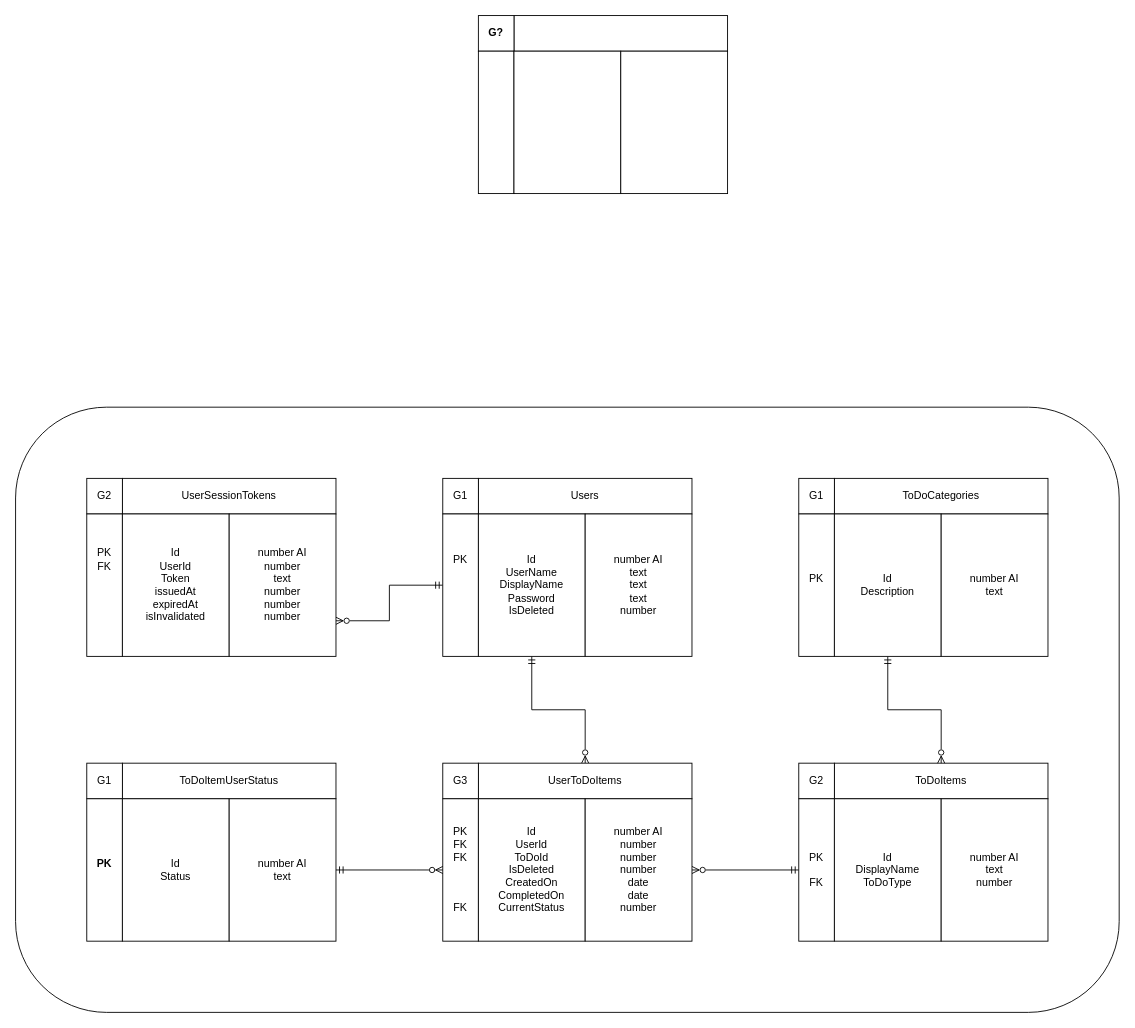
Before: DBDesign.drawio in Manlx/HTTP-API-From-Basic-Principles-, a draw.io diagram. Source tidied: cells renumbered, new cells numbered last; positions are measured from the earlier drawing's top-left corner, leaving out a move shared by most shapes. Both pictures are drawn from the tidied source at 89%, with x=0, y=0 at pixel (15, 15).
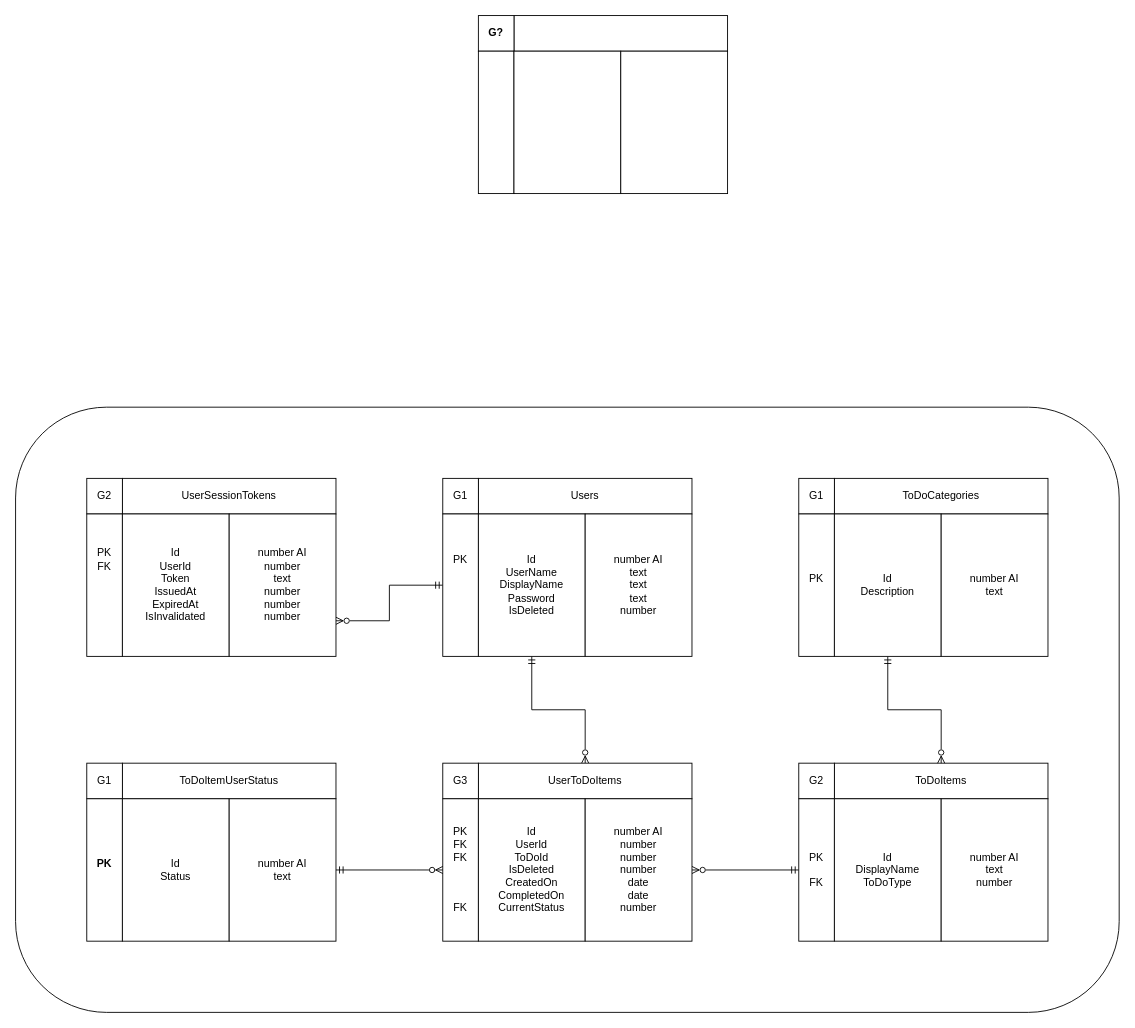
After the change.

Commit message (it also covers changes not shown here):
Fixed naming inconsistency on the DB designs;

Diff of the diagram source:
```diff
@@
-    <mxCell id="41" value="&lt;span style=&quot;font-weight: normal;&quot;&gt;Id&lt;/span&gt;&lt;div&gt;&lt;span style=&quot;font-weight: normal;&quot;&gt;UserId&lt;/span&gt;&lt;/div&gt;&lt;div&gt;&lt;span style=&quot;font-weight: normal;&quot;&gt;Token&lt;/span&gt;&lt;/div&gt;&lt;div&gt;&lt;span style=&quot;font-weight: 400;&quot;&gt;issuedAt&lt;/span&gt;&lt;/div&gt;&lt;div&gt;&lt;span style=&quot;font-weight: 400;&quot;&gt;expiredAt&lt;/span&gt;&lt;/div&gt;&lt;div&gt;&lt;span style=&quot;font-weight: 400;&quot;&gt;isInvalidated&lt;/span&gt;&lt;/div&gt;" style="rounded=0;whiteSpace=wrap;html=1;fontStyle=1;" parent="1" vertex="1">
+    <mxCell id="41" value="&lt;span style=&quot;font-weight: normal;&quot;&gt;Id&lt;/span&gt;&lt;div&gt;&lt;span style=&quot;font-weight: normal;&quot;&gt;UserId&lt;/span&gt;&lt;/div&gt;&lt;div&gt;&lt;span style=&quot;font-weight: normal;&quot;&gt;Token&lt;/span&gt;&lt;/div&gt;&lt;div&gt;&lt;span style=&quot;font-weight: 400;&quot;&gt;IssuedAt&lt;/span&gt;&lt;/div&gt;&lt;div&gt;&lt;span style=&quot;font-weight: 400;&quot;&gt;ExpiredAt&lt;/span&gt;&lt;/div&gt;&lt;div&gt;&lt;span style=&quot;font-weight: 400;&quot;&gt;IsInvalidated&lt;/span&gt;&lt;/div&gt;" style="rounded=0;whiteSpace=wrap;html=1;fontStyle=1;" parent="1" vertex="1">
       <mxGeometry x="120" y="560" width="120" height="160" as="geometry" />
     </mxCell>
```
